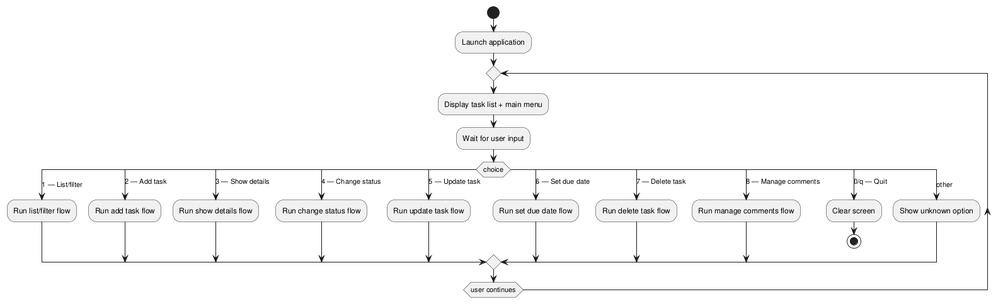
This is experiments/pipeline/user_stories/TODO/artifacts/activity_diagram.png from DanielRiha8906/Software_autoevolution_using_agents, a PlantUML export, as it was before one commit.
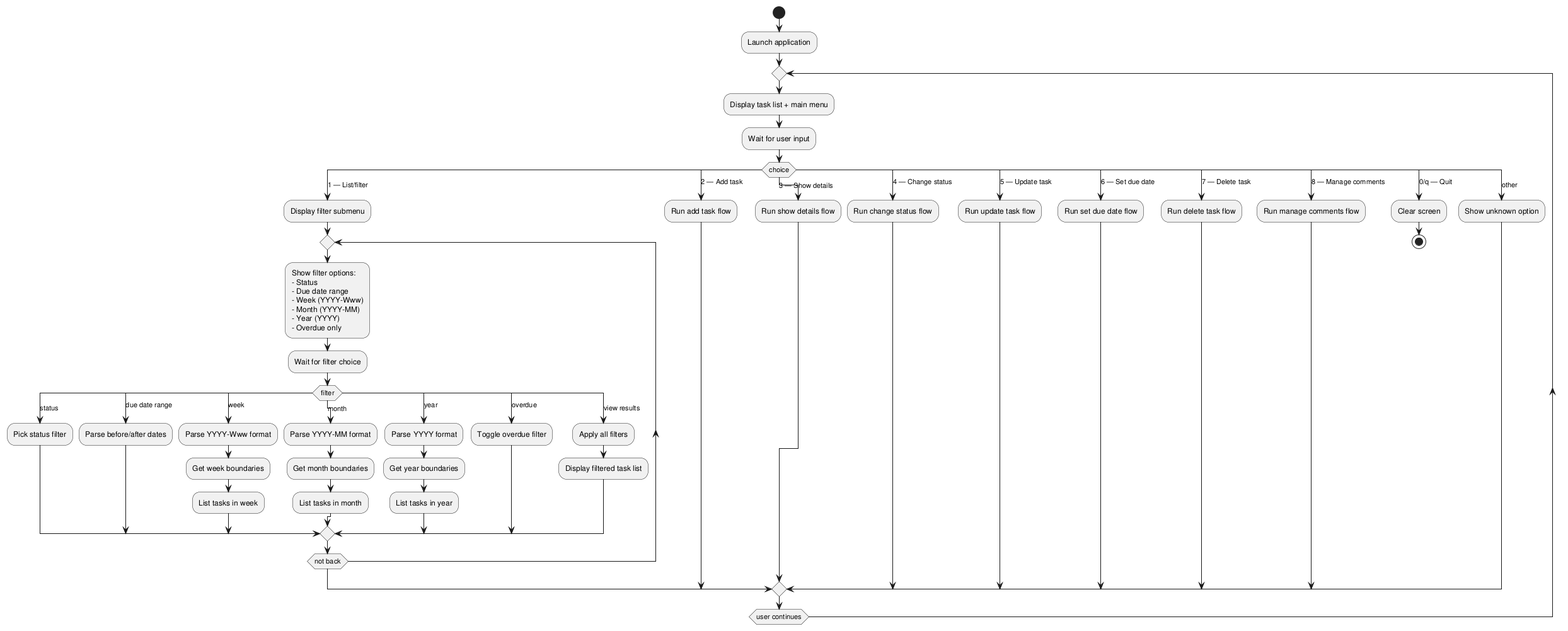
Above is the later version.

Diff of the diagram source:
```diff
@@ -9,7 +9,40 @@
 
   switch (choice)
     case (1 — List/filter)
-      :Run list/filter flow;
+      :Display filter submenu;
+      repeat
+        :Show filter options:
+        - Status
+        - Due date range
+        - Week (YYYY-Www)
+        - Month (YYYY-MM)
+        - Year (YYYY)
+        - Overdue only;
+        :Wait for filter choice;
+        switch (filter)
+          case (status)
+            :Pick status filter;
+          case (due date range)
+            :Parse before/after dates;
+          case (week)
+            :Parse YYYY-Www format;
+            :Get week boundaries;
+            :List tasks in week;
+          case (month)
+            :Parse YYYY-MM format;
+            :Get month boundaries;
+            :List tasks in month;
+          case (year)
+            :Parse YYYY format;
+            :Get year boundaries;
+            :List tasks in year;
+          case (overdue)
+            :Toggle overdue filter;
+          case (view results)
+            :Apply all filters;
+            :Display filtered task list;
+        endswitch
+      repeat while (not back)
     case (2 — Add task)
       :Run add task flow;
     case (3 — Show details)
```
